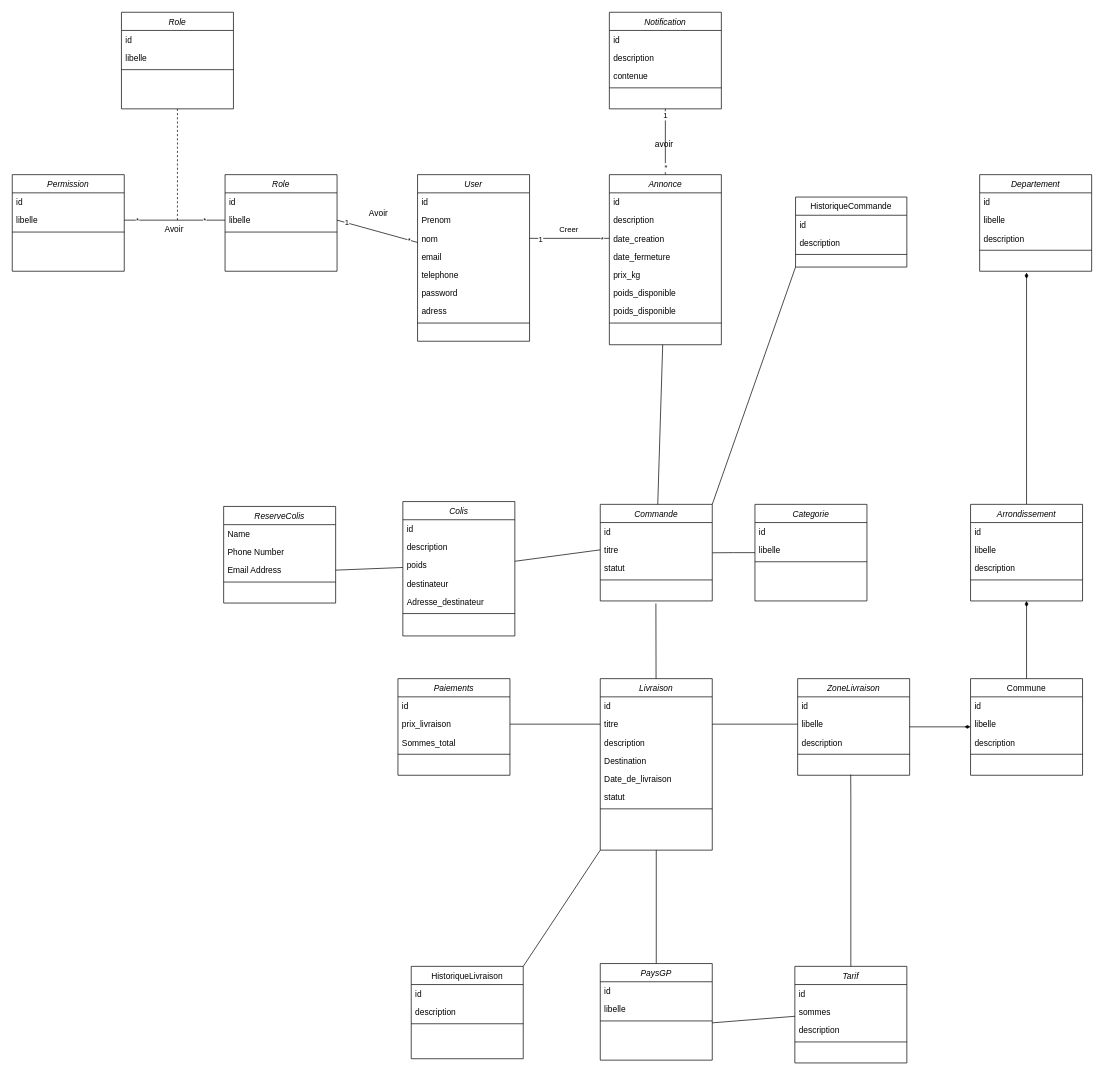
Earlier version of the draw.io diagram page "DiagrammeDeClasses" (1 of 6) of Diagramme sans nom.drawio (BounAbdallah/tuto). Source tidied: cells renumbered, new cells numbered last; positions are measured from the earlier drawing's top-left corner, leaving out a move shared by most shapes. Both pictures are drawn from the tidied source at 70%, with x=0, y=0 at pixel (12, 12).
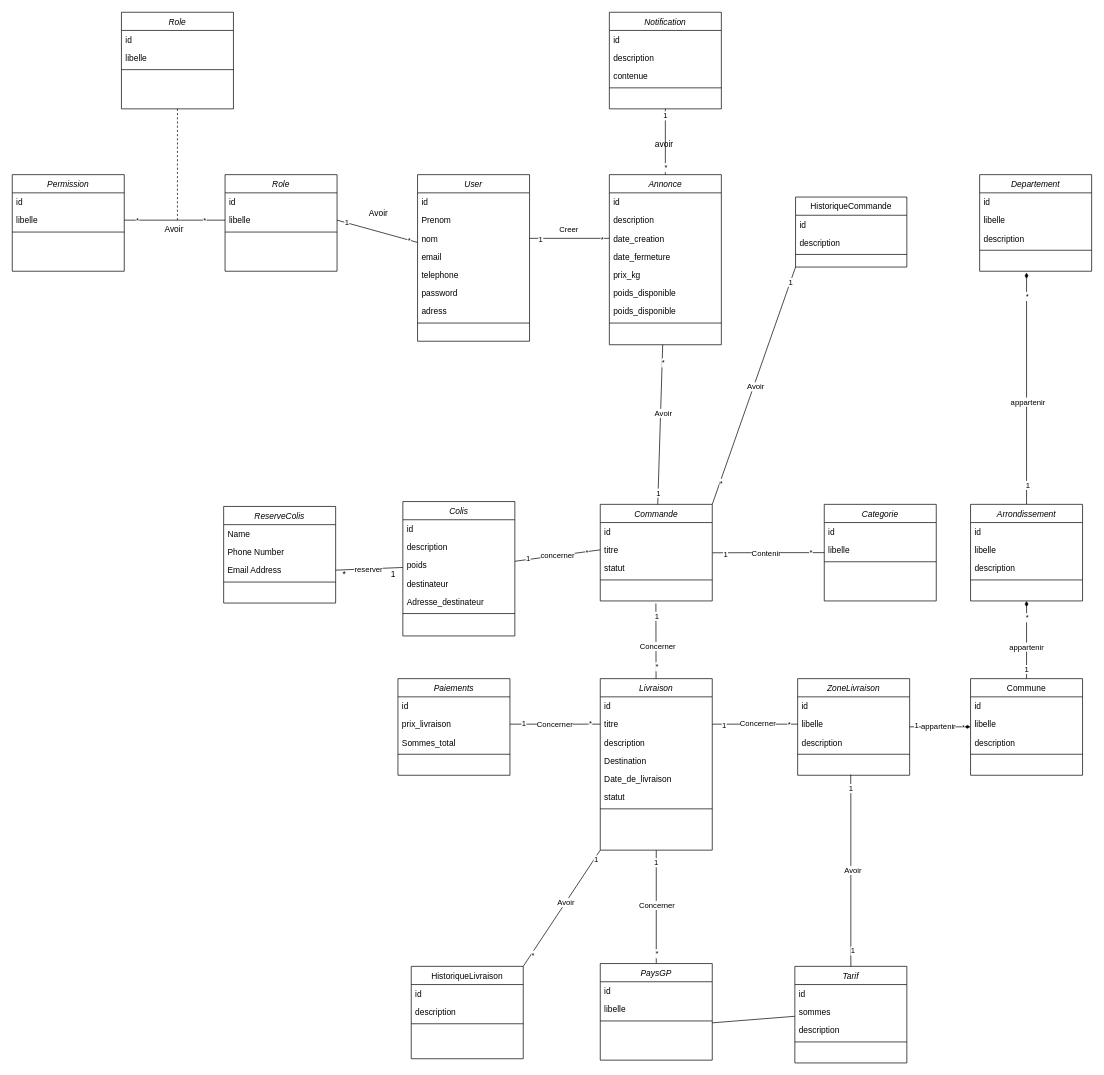
The same diagram, later.

Commit message:
Mettre à jour Diagramme sans nom.drawio

Unchanged cells that the change refers to:
```xml
<mxCell id="7" style="edgeStyle=orthogonalEdgeStyle;rounded=0;jettySize=auto;html=1;entryX=0.999;entryY=0.648;entryDx=0;entryDy=0;endArrow=none;endFill=0;entryPerimeter=0;startArrow=diamondThin;startFill=1;" parent="1" edge="1" source="8" target="48">
  <mxGeometry relative="1" as="geometry">
    <Array as="points">
      <mxPoint x="1282" y="1021" />
    </Array>
  </mxGeometry>
</mxCell>
<mxCell id="21" style="edgeStyle=orthogonalEdgeStyle;rounded=0;jettySize=auto;html=1;entryX=0.5;entryY=0;entryDx=0;entryDy=0;endArrow=none;endFill=0;startArrow=diamondThin;startFill=1;" parent="1" edge="1" source="23" target="8">
  <mxGeometry relative="1" as="geometry">
    <Array as="points">
      <mxPoint x="1449" y="891" />
      <mxPoint x="1449" y="891" />
    </Array>
  </mxGeometry>
</mxCell>
<mxCell id="22" style="rounded=0;jettySize=auto;html=1;exitX=0.5;exitY=0;exitDx=0;exitDy=0;endArrow=diamondThin;endFill=1;startArrow=none;startFill=0;" parent="1" edge="1" source="23">
  <mxGeometry relative="1" as="geometry">
    <mxPoint x="1449" y="372" as="targetPoint" />
    <Array as="points">
      <mxPoint x="1449" y="667" />
    </Array>
  </mxGeometry>
</mxCell>
<mxCell id="41" style="edgeStyle=orthogonalEdgeStyle;rounded=0;jettySize=auto;html=1;endArrow=none;endFill=0;entryX=1.002;entryY=0.661;entryDx=0;entryDy=0;entryPerimeter=0;" parent="1" edge="1" source="42" target="71">
  <mxGeometry relative="1" as="geometry" />
</mxCell>
<mxCell id="51" style="edgeStyle=orthogonalEdgeStyle;rounded=0;jettySize=auto;html=1;exitX=0.5;exitY=0;exitDx=0;exitDy=0;entryX=0.5;entryY=1;entryDx=0;entryDy=0;endArrow=none;endFill=0;" parent="1" edge="1" source="52" target="56">
  <mxGeometry relative="1" as="geometry" />
</mxCell>
<mxCell id="71" value="titre" style="text;align=left;verticalAlign=top;spacingLeft=4;spacingRight=4;overflow=hidden;points=[[0,0.5],[1,0.5]];portConstraint=eastwest;rounded=0;shadow=0;html=0;" parent="69" vertex="1">
  <mxGeometry y="52" width="160" height="26" as="geometry" />
</mxCell>
<mxCell id="75" value="Colis" style="swimlane;fontStyle=2;align=center;verticalAlign=top;horizontal=1;startSize=26;rounded=0;shadow=0;strokeWidth=1;" parent="1" vertex="1">
  <mxGeometry x="558" y="699" width="160" height="192" as="geometry" />
</mxCell>
<mxCell id="110" style="rounded=0;jettySize=auto;html=1;endArrow=none;endFill=0;" parent="1" edge="1" source="111" target="69">
  <mxGeometry relative="1" as="geometry" />
</mxCell>
<mxCell id="123" style="rounded=0;jettySize=auto;html=1;entryX=0.497;entryY=1.138;entryDx=0;entryDy=0;entryPerimeter=0;endArrow=none;endFill=0;" parent="1" edge="1" source="56">
  <mxGeometry relative="1" as="geometry">
    <mxPoint x="919.5" y="844.6" as="targetPoint" />
  </mxGeometry>
</mxCell>
<mxCell id="124" style="edgeStyle=orthogonalEdgeStyle;rounded=0;jettySize=auto;html=1;exitX=0;exitY=0.5;exitDx=0;exitDy=0;entryX=1;entryY=0.5;entryDx=0;entryDy=0;endArrow=none;endFill=0;" parent="1" edge="1" source="58" target="38">
  <mxGeometry relative="1" as="geometry" />
</mxCell>
<mxCell id="125" style="edgeStyle=orthogonalEdgeStyle;rounded=0;jettySize=auto;html=1;exitX=0;exitY=0.5;exitDx=0;exitDy=0;entryX=1;entryY=0.5;entryDx=0;entryDy=0;endArrow=none;endFill=0;" parent="1" edge="1" source="48" target="58">
  <mxGeometry relative="1" as="geometry" />
</mxCell>
<mxCell id="131" style="edgeStyle=orthogonalEdgeStyle;rounded=0;jettySize=auto;html=1;entryX=0.474;entryY=0.969;entryDx=0;entryDy=0;entryPerimeter=0;endArrow=none;endFill=0;" parent="1" edge="1" source="2">
  <mxGeometry relative="1" as="geometry">
    <mxPoint x="1197.8" y="1089.2" as="targetPoint" />
    <Array as="points">
      <mxPoint x="1198" y="1124" />
      <mxPoint x="1198" y="1124" />
    </Array>
  </mxGeometry>
</mxCell>
<mxCell id="132" style="rounded=0;jettySize=auto;html=1;entryX=1;entryY=0.5;entryDx=0;entryDy=0;endArrow=none;endFill=0;" parent="1" edge="1" source="78" target="67">
  <mxGeometry relative="1" as="geometry" />
</mxCell>
<mxCell id="133" style="rounded=0;jettySize=auto;html=1;exitX=0;exitY=1;exitDx=0;exitDy=0;entryX=1;entryY=0;entryDx=0;entryDy=0;endArrow=none;endFill=0;" parent="1" edge="1" source="17" target="69">
  <mxGeometry relative="1" as="geometry" />
</mxCell>
<mxCell id="134" style="rounded=0;jettySize=auto;html=1;exitX=1;exitY=0;exitDx=0;exitDy=0;entryX=0;entryY=1;entryDx=0;entryDy=0;endArrow=none;endFill=0;" parent="1" edge="1" source="13" target="56">
  <mxGeometry relative="1" as="geometry" />
</mxCell>
```

Diff of the diagram source:
```diff
@@
+    <mxCell id="140" value="appartenir" style="edgeLabel;html=1;align=center;verticalAlign=middle;" parent="7" vertex="1">
+      <mxGeometry x="0.09" y="-1" relative="1" as="geometry">
+        <mxPoint x="1" as="offset" />
+      </mxGeometry>
+    </mxCell>
+    <mxCell id="141" value="1" style="edgeLabel;html=1;align=center;verticalAlign=middle;" parent="7" vertex="1">
+      <mxGeometry x="0.76" y="-2" relative="1" as="geometry">
+        <mxPoint x="-1" as="offset" />
+      </mxGeometry>
+    </mxCell>
+    <mxCell id="142" value="*" style="edgeLabel;html=1;align=center;verticalAlign=middle;" parent="7" vertex="1">
+      <mxGeometry x="-0.74" y="1" relative="1" as="geometry" />
+    </mxCell>
@@
+    <mxCell id="143" value="*" style="edgeLabel;html=1;align=center;verticalAlign=middle;" parent="21" vertex="1">
+      <mxGeometry x="-0.59" relative="1" as="geometry" />
+    </mxCell>
+    <mxCell id="144" value="appartenir" style="edgeLabel;html=1;align=center;verticalAlign=middle;" parent="21" vertex="1">
+      <mxGeometry x="0.17" y="-1" relative="1" as="geometry" />
+    </mxCell>
+    <mxCell id="145" value="1" style="edgeLabel;html=1;align=center;verticalAlign=middle;" parent="21" vertex="1">
+      <mxGeometry x="0.74" y="-1" relative="1" as="geometry" />
+    </mxCell>
@@
+    <mxCell id="146" value="1" style="edgeLabel;html=1;align=center;verticalAlign=middle;" parent="22" vertex="1">
+      <mxGeometry x="-0.83" y="-1" relative="1" as="geometry" />
+    </mxCell>
+    <mxCell id="147" value="appartenir" style="edgeLabel;html=1;align=center;verticalAlign=middle;" parent="22" vertex="1">
+      <mxGeometry x="-0.11" y="-1" relative="1" as="geometry" />
+    </mxCell>
+    <mxCell id="148" value="*" style="edgeLabel;html=1;align=center;verticalAlign=middle;" parent="22" vertex="1">
+      <mxGeometry x="0.8" relative="1" as="geometry" />
+    </mxCell>
@@
+    <mxCell id="149" value="Contenir" style="edgeLabel;html=1;align=center;verticalAlign=middle;" parent="41" vertex="1">
+      <mxGeometry x="0.05" relative="1" as="geometry" />
+    </mxCell>
+    <mxCell id="150" value="1" style="edgeLabel;html=1;align=center;verticalAlign=middle;" parent="41" vertex="1">
+      <mxGeometry x="0.78" y="1" relative="1" as="geometry" />
+    </mxCell>
+    <mxCell id="151" value="*" style="edgeLabel;html=1;align=center;verticalAlign=middle;" parent="41" vertex="1">
+      <mxGeometry x="-0.75" y="-1" relative="1" as="geometry" />
+    </mxCell>
     <mxCell id="42" value="Categorie" style="swimlane;fontStyle=2;align=center;verticalAlign=top;horizontal=1;startSize=26;rounded=0;shadow=0;strokeWidth=1;" parent="1" vertex="1">
-      <mxGeometry x="1061" y="703" width="160" height="138" as="geometry" />
+      <mxGeometry x="1160" y="703" width="160" height="138" as="geometry" />
     </mxCell>
@@
+    <mxCell id="152" value="Concerner" style="edgeLabel;html=1;align=center;verticalAlign=middle;" parent="51" vertex="1">
+      <mxGeometry x="0.04" relative="1" as="geometry" />
+    </mxCell>
+    <mxCell id="153" value="1" style="edgeLabel;html=1;align=center;verticalAlign=middle;" parent="51" vertex="1">
+      <mxGeometry x="0.79" y="1" relative="1" as="geometry" />
+    </mxCell>
+    <mxCell id="154" value="*" style="edgeLabel;html=1;align=center;verticalAlign=middle;" parent="51" vertex="1">
+      <mxGeometry x="-0.82" relative="1" as="geometry" />
+    </mxCell>
@@
-    <mxCell id="74" style="rounded=0;jettySize=auto;html=1;entryX=0;entryY=0.5;entryDx=0;entryDy=0;endArrow=none;endFill=0;" parent="1" edge="1" source="75" target="71">
+    <mxCell id="74" value="concerner" style="rounded=0;jettySize=auto;html=1;entryX=0;entryY=0.5;entryDx=0;entryDy=0;endArrow=none;endFill=0;" parent="1" edge="1" source="75" target="71">
       <mxGeometry relative="1" as="geometry" />
     </mxCell>
+    <mxCell id="155" value="*" style="edgeLabel;html=1;align=center;verticalAlign=middle;" parent="74" vertex="1">
+      <mxGeometry x="0.66" y="-1" relative="1" as="geometry">
+        <mxPoint x="1" as="offset" />
+      </mxGeometry>
+    </mxCell>
+    <mxCell id="156" value="1" style="edgeLabel;html=1;align=center;verticalAlign=middle;" parent="74" vertex="1">
+      <mxGeometry x="-0.69" y="1" relative="1" as="geometry" />
+    </mxCell>
@@
+    <mxCell id="157" value="Avoir" style="edgeLabel;html=1;align=center;verticalAlign=middle;" parent="110" vertex="1">
+      <mxGeometry x="-0.15" y="3" relative="1" as="geometry" />
+    </mxCell>
+    <mxCell id="158" value="1" style="edgeLabel;html=1;align=center;verticalAlign=middle;" parent="110" vertex="1">
+      <mxGeometry x="0.86" relative="1" as="geometry" />
+    </mxCell>
+    <mxCell id="159" value="*" style="edgeLabel;html=1;align=center;verticalAlign=middle;" parent="110" vertex="1">
+      <mxGeometry x="-0.78" y="1" relative="1" as="geometry" />
+    </mxCell>
@@
+    <mxCell id="160" value="Concerner" style="edgeLabel;html=1;align=center;verticalAlign=middle;" parent="123" vertex="1">
+      <mxGeometry x="-0.14" y="-2" relative="1" as="geometry" />
+    </mxCell>
+    <mxCell id="161" value="1" style="edgeLabel;html=1;align=center;verticalAlign=middle;" parent="123" vertex="1">
+      <mxGeometry x="0.66" y="-1" relative="1" as="geometry" />
+    </mxCell>
+    <mxCell id="162" value="*" style="edgeLabel;html=1;align=center;verticalAlign=middle;" parent="123" vertex="1">
+      <mxGeometry x="-0.68" y="-1" relative="1" as="geometry" />
+    </mxCell>
@@
+    <mxCell id="163" value="Concerner" style="edgeLabel;html=1;align=center;verticalAlign=middle;" parent="124" vertex="1">
+      <mxGeometry x="0.03" y="-1" relative="1" as="geometry" />
+    </mxCell>
+    <mxCell id="164" value="1" style="edgeLabel;html=1;align=center;verticalAlign=middle;" parent="124" vertex="1">
+      <mxGeometry x="0.71" y="-2" relative="1" as="geometry" />
+    </mxCell>
+    <mxCell id="165" value="*" style="edgeLabel;html=1;align=center;verticalAlign=middle;" parent="124" vertex="1">
+      <mxGeometry x="-0.76" y="-2" relative="1" as="geometry" />
+    </mxCell>
@@
+    <mxCell id="166" value="Concerner" style="edgeLabel;html=1;align=center;verticalAlign=middle;" parent="125" vertex="1">
+      <mxGeometry x="-0.05" y="-2" relative="1" as="geometry" />
+    </mxCell>
+    <mxCell id="167" value="1" style="edgeLabel;html=1;align=center;verticalAlign=middle;" parent="125" vertex="1">
+      <mxGeometry x="0.73" y="1" relative="1" as="geometry" />
+    </mxCell>
+    <mxCell id="168" value="*" style="edgeLabel;html=1;align=center;verticalAlign=middle;" parent="125" vertex="1">
+      <mxGeometry x="-0.78" y="-1" relative="1" as="geometry" />
+    </mxCell>
@@
+    <mxCell id="169" value="Avoir" style="edgeLabel;html=1;align=center;verticalAlign=middle;" parent="131" vertex="1">
+      <mxGeometry x="0.01" y="-2" relative="1" as="geometry" />
+    </mxCell>
+    <mxCell id="170" value="1" style="edgeLabel;html=1;align=center;verticalAlign=middle;" parent="131" vertex="1">
+      <mxGeometry x="0.86" relative="1" as="geometry" />
+    </mxCell>
+    <mxCell id="171" value="1" style="edgeLabel;html=1;align=center;verticalAlign=middle;" parent="131" vertex="1">
+      <mxGeometry x="-0.83" y="-2" relative="1" as="geometry" />
+    </mxCell>
@@
+    <mxCell id="172" value="reserver" style="edgeLabel;html=1;align=center;verticalAlign=middle;" parent="132" vertex="1">
+      <mxGeometry x="0.04" relative="1" as="geometry" />
+    </mxCell>
@@
+    <mxCell id="173" value="1" style="edgeLabel;html=1;align=center;verticalAlign=middle;" parent="133" vertex="1">
+      <mxGeometry x="-0.87" relative="1" as="geometry" />
+    </mxCell>
+    <mxCell id="174" value="Avoir" style="edgeLabel;html=1;align=center;verticalAlign=middle;" parent="133" vertex="1">
+      <mxGeometry y="2" relative="1" as="geometry" />
+    </mxCell>
+    <mxCell id="175" value="*" style="edgeLabel;html=1;align=center;verticalAlign=middle;" parent="133" vertex="1">
+      <mxGeometry x="0.82" y="1" relative="1" as="geometry">
+        <mxPoint x="1" as="offset" />
+      </mxGeometry>
+    </mxCell>
@@
+    <mxCell id="176" value="Avoir" style="edgeLabel;html=1;align=center;verticalAlign=middle;" parent="134" vertex="1">
+      <mxGeometry x="0.09" relative="1" as="geometry">
+        <mxPoint y="-1" as="offset" />
+      </mxGeometry>
+    </mxCell>
+    <mxCell id="177" value="1" style="edgeLabel;html=1;align=center;verticalAlign=middle;" parent="134" vertex="1">
+      <mxGeometry x="0.85" y="-2" relative="1" as="geometry" />
+    </mxCell>
+    <mxCell id="178" value="*" style="edgeLabel;html=1;align=center;verticalAlign=middle;" parent="134" vertex="1">
+      <mxGeometry x="-0.79" y="-2" relative="1" as="geometry" />
+    </mxCell>
@@
+    <mxCell id="179" value="*" style="text;html=1;align=center;verticalAlign=middle;strokeColor=none;fillColor=none;" parent="1" vertex="1">
+      <mxGeometry x="462" y="790" width="23" height="26" as="geometry" />
+    </mxCell>
+    <mxCell id="180" value="1" style="text;html=1;align=center;verticalAlign=middle;strokeColor=none;fillColor=none;" parent="1" vertex="1">
+      <mxGeometry x="531" y="790" width="25" height="26" as="geometry" />
+    </mxCell>
```
